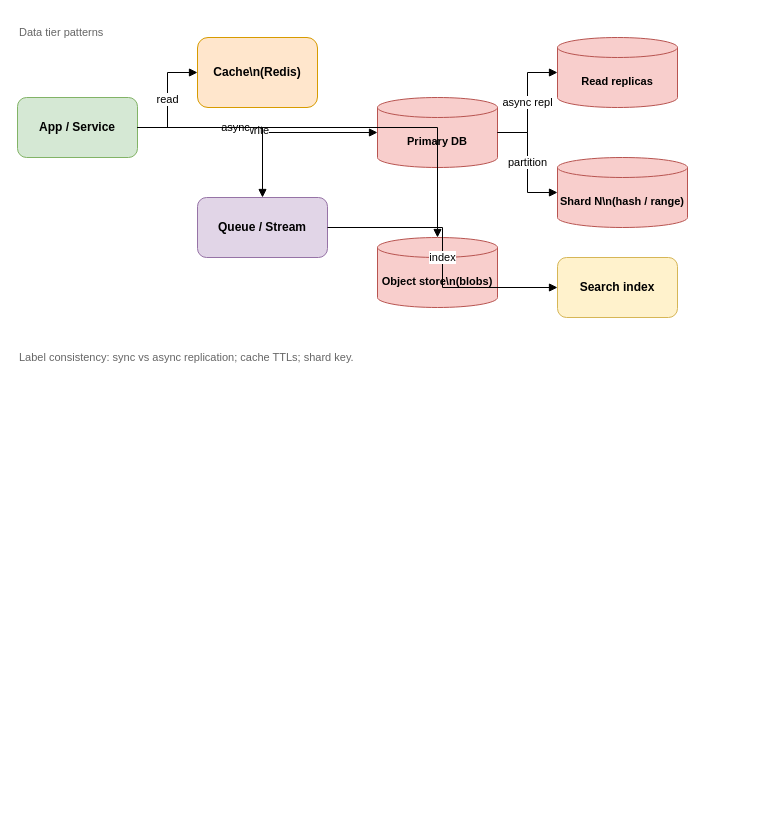
The draw.io diagram diagrams/foundations-data-tier.drawio in yazeedsawalha/system-design, before the edit. Source tidied: cells renumbered, new cells numbered last; positions are measured from the earlier drawing's top-left corner, leaving out a move shared by most shapes. Both pictures are drawn from the tidied source at 100%, with x=0, y=0 at pixel (17, 17).
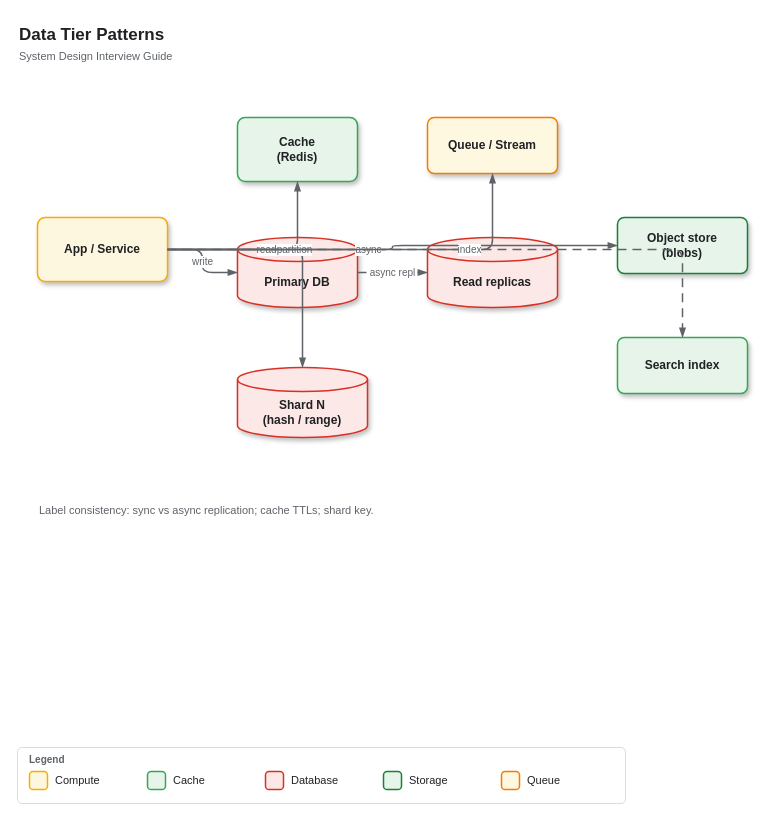
The same diagram, later.

What changed in the source:
```diff
@@
-<mxGraphModel>
+<mxGraphModel background="#ffffff">
@@
-    <mxCell id="2" value="Data tier patterns" style="text;html=1;strokeColor=none;fillColor=none;align=left;verticalAlign=middle;whiteSpace=wrap;rounded=0;fontSize=11;fontColor=#666666;" parent="1" vertex="1">
-      <mxGeometry width="300" height="30" as="geometry" />
-    </mxCell>
+    <mxCell id="19" value="Data Tier Patterns" style="text;html=1;strokeColor=none;fillColor=none;align=left;verticalAlign=middle;whiteSpace=wrap;rounded=0;fontSize=17;fontStyle=1;fontFamily=Helvetica;fontColor=#202124;" parent="1" vertex="1">
+      <mxGeometry y="4" width="700" height="28" as="geometry" />
+    </mxCell>
+    <mxCell id="20" value="System Design Interview Guide" style="text;html=1;strokeColor=none;fillColor=none;align=left;verticalAlign=middle;whiteSpace=wrap;rounded=0;fontSize=11;fontFamily=Helvetica;fontColor=#5F6368;" parent="1" vertex="1">
+      <mxGeometry y="30" width="280" height="18" as="geometry" />
+    </mxCell>
-    <mxCell id="3" value="App / Service" style="rounded=1;whiteSpace=wrap;html=1;fillColor=#d5e8d4;strokeColor=#82b366;fontStyle=1;fontSize=12;" parent="1" vertex="1">
-      <mxGeometry y="80" width="120" height="60" as="geometry" />
+    <mxCell id="3" value="App / Service" style="rounded=1;whiteSpace=wrap;html=1;arcSize=12;fillColor=#FEF7E0;strokeColor=#F9AB00;strokeWidth=1.5;fontStyle=1;fontSize=12;fontFamily=Helvetica;fontColor=#202124;shadow=1;" parent="1" vertex="1">
+      <mxGeometry x="20" y="200" width="130" height="64" as="geometry" />
     </mxCell>
-    <mxCell id="4" value="Cache\n(Redis)" style="rounded=1;whiteSpace=wrap;html=1;fillColor=#ffe6cc;strokeColor=#d79b00;fontStyle=1;fontSize=12;" parent="1" vertex="1">
-      <mxGeometry x="180" y="20" width="120" height="70" as="geometry" />
-    </mxCell>
+    <mxCell id="21" value="Cache&#10;(Redis)" style="rounded=1;whiteSpace=wrap;html=1;arcSize=12;fillColor=#E6F4EA;strokeColor=#34A853;strokeWidth=1.5;fontStyle=1;fontSize=12;fontFamily=Helvetica;fontColor=#202124;shadow=1;" parent="1" vertex="1">
+      <mxGeometry x="220" y="100" width="120" height="64" as="geometry" />
+    </mxCell>
-    <mxCell id="5" value="Primary DB" style="shape=cylinder3;whiteSpace=wrap;html=1;boundedLbl=1;backgroundOutline=1;size=10;fillColor=#f8cecc;strokeColor=#b85450;fontStyle=1;fontSize=11;" parent="1" vertex="1">
-      <mxGeometry x="360" y="80" width="120" height="70" as="geometry" />
+    <mxCell id="5" value="Primary DB" style="shape=cylinder3;whiteSpace=wrap;html=1;boundedLbl=1;backgroundOutline=1;size=12;fillColor=#FCE8E6;strokeColor=#D93025;strokeWidth=1.5;fontStyle=1;fontSize=12;fontFamily=Helvetica;fontColor=#202124;shadow=1;" parent="1" vertex="1">
+      <mxGeometry x="220" y="220" width="120" height="70" as="geometry" />
     </mxCell>
-    <mxCell id="6" value="Read replicas" style="shape=cylinder3;whiteSpace=wrap;html=1;boundedLbl=1;backgroundOutline=1;size=10;fillColor=#f8cecc;strokeColor=#b85450;fontStyle=1;fontSize=11;" parent="1" vertex="1">
-      <mxGeometry x="540" y="20" width="120" height="70" as="geometry" />
+    <mxCell id="6" value="Read replicas" style="shape=cylinder3;whiteSpace=wrap;html=1;boundedLbl=1;backgroundOutline=1;size=12;fillColor=#FCE8E6;strokeColor=#D93025;strokeWidth=1.5;fontStyle=1;fontSize=12;fontFamily=Helvetica;fontColor=#202124;shadow=1;" parent="1" vertex="1">
+      <mxGeometry x="410" y="220" width="130" height="70" as="geometry" />
     </mxCell>
-    <mxCell id="7" value="Shard N\n(hash / range)" style="shape=cylinder3;whiteSpace=wrap;html=1;boundedLbl=1;backgroundOutline=1;size=10;fillColor=#f8cecc;strokeColor=#b85450;fontStyle=1;fontSize=11;" parent="1" vertex="1">
-      <mxGeometry x="540" y="140" width="130" height="70" as="geometry" />
-    </mxCell>
+    <mxCell id="22" value="Shard N&#10;(hash / range)" style="shape=cylinder3;whiteSpace=wrap;html=1;boundedLbl=1;backgroundOutline=1;size=12;fillColor=#FCE8E6;strokeColor=#D93025;strokeWidth=1.5;fontStyle=1;fontSize=12;fontFamily=Helvetica;fontColor=#202124;shadow=1;" parent="1" vertex="1">
+      <mxGeometry x="220" y="350" width="130" height="70" as="geometry" />
+    </mxCell>
-    <mxCell id="8" value="Queue / Stream" style="rounded=1;whiteSpace=wrap;html=1;fillColor=#e1d5e7;strokeColor=#9673a6;fontStyle=1;fontSize=12;" parent="1" vertex="1">
-      <mxGeometry x="180" y="180" width="130" height="60" as="geometry" />
+    <mxCell id="8" value="Queue / Stream" style="rounded=1;whiteSpace=wrap;html=1;arcSize=12;fillColor=#FFF8E1;strokeColor=#F57C00;strokeWidth=1.5;fontStyle=1;fontSize=12;fontFamily=Helvetica;fontColor=#202124;shadow=1;" parent="1" vertex="1">
+      <mxGeometry x="410" y="100" width="130" height="56" as="geometry" />
     </mxCell>
-    <mxCell id="9" value="Object store\n(blobs)" style="shape=cylinder3;whiteSpace=wrap;html=1;boundedLbl=1;backgroundOutline=1;size=10;fillColor=#f8cecc;strokeColor=#b85450;fontStyle=1;fontSize=11;" parent="1" vertex="1">
-      <mxGeometry x="360" y="220" width="120" height="70" as="geometry" />
-    </mxCell>
+    <mxCell id="23" value="Object store&#10;(blobs)" style="rounded=1;whiteSpace=wrap;html=1;arcSize=12;fillColor=#E6F4EA;strokeColor=#188038;strokeWidth=1.5;fontStyle=1;fontSize=12;fontFamily=Helvetica;fontColor=#202124;shadow=1;" parent="1" vertex="1">
+      <mxGeometry x="600" y="200" width="130" height="56" as="geometry" />
+    </mxCell>
-    <mxCell id="10" value="Search index" style="rounded=1;whiteSpace=wrap;html=1;fillColor=#fff2cc;strokeColor=#d6b656;fontStyle=1;fontSize=12;" parent="1" vertex="1">
-      <mxGeometry x="540" y="240" width="120" height="60" as="geometry" />
+    <mxCell id="10" value="Search index" style="rounded=1;whiteSpace=wrap;html=1;arcSize=12;fillColor=#E6F4EA;strokeColor=#34A853;strokeWidth=1.5;fontStyle=1;fontSize=12;fontFamily=Helvetica;fontColor=#202124;shadow=1;" parent="1" vertex="1">
+      <mxGeometry x="600" y="320" width="130" height="56" as="geometry" />
     </mxCell>
-    <mxCell id="11" value="Label consistency: sync vs async replication; cache TTLs; shard key." style="text;html=1;strokeColor=none;fillColor=none;align=left;verticalAlign=middle;whiteSpace=wrap;rounded=0;fontSize=11;fontColor=#666666;" parent="1" vertex="1">
-      <mxGeometry y="320" width="500" height="40" as="geometry" />
-    </mxCell>
-    <mxCell id="12" value="read" style="edgeStyle=orthogonalEdgeStyle;rounded=0;jettySize=auto;html=1;endArrow=block;endFill=1;" parent="1" edge="1" source="3" target="4">
+    <mxCell id="12" value="read" style="edgeStyle=orthogonalEdgeStyle;rounded=1;jettySize=auto;html=1;endArrow=blockThin;endFill=1;strokeWidth=1.5;strokeColor=#5F6368;fontFamily=Helvetica;fontSize=10;fontColor=#5F6368;" parent="1" edge="1" source="3" target="21">
       <mxGeometry relative="1" as="geometry" />
     </mxCell>
-    <mxCell id="13" value="write" style="edgeStyle=orthogonalEdgeStyle;rounded=0;jettySize=auto;html=1;endArrow=block;endFill=1;" parent="1" edge="1" source="3" target="5">
+    <mxCell id="13" value="write" style="edgeStyle=orthogonalEdgeStyle;rounded=1;jettySize=auto;html=1;endArrow=blockThin;endFill=1;strokeWidth=1.5;strokeColor=#5F6368;fontFamily=Helvetica;fontSize=10;fontColor=#5F6368;" parent="1" edge="1" source="3" target="5">
       <mxGeometry relative="1" as="geometry" />
     </mxCell>
-    <mxCell id="14" value="async repl" style="edgeStyle=orthogonalEdgeStyle;rounded=0;jettySize=auto;html=1;endArrow=block;endFill=1;" parent="1" edge="1" source="5" target="6">
+    <mxCell id="14" value="async repl" style="edgeStyle=orthogonalEdgeStyle;rounded=1;jettySize=auto;html=1;endArrow=blockThin;endFill=1;strokeWidth=1.5;strokeColor=#5F6368;fontFamily=Helvetica;fontSize=10;fontColor=#5F6368;dashed=1;dashPattern=6 4;" parent="1" edge="1" source="5" target="6">
       <mxGeometry relative="1" as="geometry" />
     </mxCell>
-    <mxCell id="15" value="partition" style="edgeStyle=orthogonalEdgeStyle;rounded=0;jettySize=auto;html=1;endArrow=block;endFill=1;" parent="1" edge="1" source="5" target="7">
+    <mxCell id="15" value="partition" style="edgeStyle=orthogonalEdgeStyle;rounded=1;jettySize=auto;html=1;endArrow=blockThin;endFill=1;strokeWidth=1.5;strokeColor=#5F6368;fontFamily=Helvetica;fontSize=10;fontColor=#5F6368;" parent="1" edge="1" source="3" target="22">
       <mxGeometry relative="1" as="geometry" />
     </mxCell>
-    <mxCell id="16" value="async" style="edgeStyle=orthogonalEdgeStyle;rounded=0;jettySize=auto;html=1;endArrow=block;endFill=1;" parent="1" edge="1" source="3" target="8">
+    <mxCell id="16" value="async" style="edgeStyle=orthogonalEdgeStyle;rounded=1;jettySize=auto;html=1;endArrow=blockThin;endFill=1;strokeWidth=1.5;strokeColor=#5F6368;fontFamily=Helvetica;fontSize=10;fontColor=#5F6368;" parent="1" edge="1" source="3" target="8">
       <mxGeometry relative="1" as="geometry" />
     </mxCell>
-    <mxCell id="17" style="edgeStyle=orthogonalEdgeStyle;rounded=0;jettySize=auto;html=1;endArrow=block;endFill=1;" parent="1" edge="1" source="3" target="9">
-      <mxGeometry relative="1" as="geometry" />
-    </mxCell>
+    <mxCell id="24" style="edgeStyle=orthogonalEdgeStyle;rounded=1;jettySize=auto;html=1;endArrow=blockThin;endFill=1;strokeWidth=1.5;strokeColor=#5F6368;fontFamily=Helvetica;fontSize=10;fontColor=#5F6368;" parent="1" edge="1" source="3" target="23">
+      <mxGeometry relative="1" as="geometry" />
+    </mxCell>
-    <mxCell id="18" value="index" style="edgeStyle=orthogonalEdgeStyle;rounded=0;jettySize=auto;html=1;endArrow=block;endFill=1;" parent="1" edge="1" source="8" target="10">
+    <mxCell id="18" value="index" style="edgeStyle=orthogonalEdgeStyle;rounded=1;jettySize=auto;html=1;endArrow=blockThin;endFill=1;strokeWidth=1.5;strokeColor=#5F6368;fontFamily=Helvetica;fontSize=10;fontColor=#5F6368;dashed=1;dashPattern=6 4;" parent="1" edge="1" source="3" target="10">
       <mxGeometry relative="1" as="geometry" />
     </mxCell>
+    <mxCell id="11" value="Label consistency: sync vs async replication; cache TTLs; shard key." style="text;html=1;strokeColor=none;fillColor=none;align=left;verticalAlign=top;whiteSpace=wrap;rounded=0;fontSize=11;fontFamily=Helvetica;fontColor=#5F6368;" parent="1" vertex="1">
+      <mxGeometry x="20" y="480" width="520" height="40" as="geometry" />
+    </mxCell>
+    <mxCell id="25" style="rounded=1;whiteSpace=wrap;html=1;arcSize=8;fillColor=#FFFFFF;strokeColor=#DADCE0;strokeWidth=1;shadow=0;" parent="1" vertex="1">
+      <mxGeometry y="730" width="608" height="56" as="geometry" />
+    </mxCell>
+    <mxCell id="26" value="Legend" style="text;html=1;strokeColor=none;fillColor=none;align=left;verticalAlign=middle;fontSize=10;fontStyle=1;fontFamily=Helvetica;fontColor=#5F6368;" parent="1" vertex="1">
+      <mxGeometry x="10" y="734" width="60" height="16" as="geometry" />
+    </mxCell>
+    <mxCell id="27" style="rounded=1;whiteSpace=wrap;html=1;arcSize=20;fillColor=#FEF7E0;strokeColor=#F9AB00;strokeWidth=1.5;" parent="1" vertex="1">
+      <mxGeometry x="12" y="754" width="18" height="18" as="geometry" />
+    </mxCell>
+    <mxCell id="28" value="Compute" style="text;html=1;strokeColor=none;fillColor=none;align=left;verticalAlign=middle;fontSize=11;fontFamily=Helvetica;fontColor=#202124;" parent="1" vertex="1">
+      <mxGeometry x="36" y="752" width="90" height="22" as="geometry" />
+    </mxCell>
+    <mxCell id="29" style="rounded=1;whiteSpace=wrap;html=1;arcSize=20;fillColor=#E6F4EA;strokeColor=#34A853;strokeWidth=1.5;" parent="1" vertex="1">
+      <mxGeometry x="130" y="754" width="18" height="18" as="geometry" />
+    </mxCell>
+    <mxCell id="30" value="Cache" style="text;html=1;strokeColor=none;fillColor=none;align=left;verticalAlign=middle;fontSize=11;fontFamily=Helvetica;fontColor=#202124;" parent="1" vertex="1">
+      <mxGeometry x="154" y="752" width="90" height="22" as="geometry" />
+    </mxCell>
+    <mxCell id="31" style="rounded=1;whiteSpace=wrap;html=1;arcSize=20;fillColor=#FCE8E6;strokeColor=#D93025;strokeWidth=1.5;" parent="1" vertex="1">
+      <mxGeometry x="248" y="754" width="18" height="18" as="geometry" />
+    </mxCell>
+    <mxCell id="32" value="Database" style="text;html=1;strokeColor=none;fillColor=none;align=left;verticalAlign=middle;fontSize=11;fontFamily=Helvetica;fontColor=#202124;" parent="1" vertex="1">
+      <mxGeometry x="272" y="752" width="90" height="22" as="geometry" />
+    </mxCell>
+    <mxCell id="33" style="rounded=1;whiteSpace=wrap;html=1;arcSize=20;fillColor=#E6F4EA;strokeColor=#188038;strokeWidth=1.5;" parent="1" vertex="1">
+      <mxGeometry x="366" y="754" width="18" height="18" as="geometry" />
+    </mxCell>
+    <mxCell id="34" value="Storage" style="text;html=1;strokeColor=none;fillColor=none;align=left;verticalAlign=middle;fontSize=11;fontFamily=Helvetica;fontColor=#202124;" parent="1" vertex="1">
+      <mxGeometry x="390" y="752" width="90" height="22" as="geometry" />
+    </mxCell>
+    <mxCell id="35" style="rounded=1;whiteSpace=wrap;html=1;arcSize=20;fillColor=#FFF8E1;strokeColor=#F57C00;strokeWidth=1.5;" parent="1" vertex="1">
+      <mxGeometry x="484" y="754" width="18" height="18" as="geometry" />
+    </mxCell>
+    <mxCell id="36" value="Queue" style="text;html=1;strokeColor=none;fillColor=none;align=left;verticalAlign=middle;fontSize=11;fontFamily=Helvetica;fontColor=#202124;" parent="1" vertex="1">
+      <mxGeometry x="508" y="752" width="90" height="22" as="geometry" />
+    </mxCell>
```
